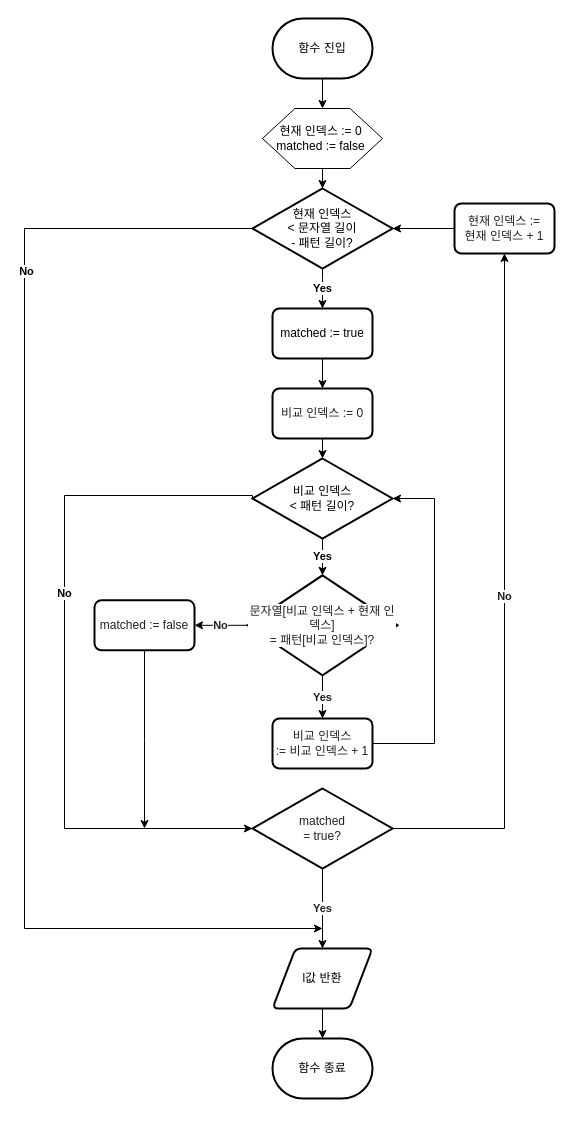
Before: poa_262.drawio in gdaegeun539/forVscodeWeb, a draw.io diagram. Source tidied: cells renumbered, new cells numbered last; positions are measured from the earlier drawing's top-left corner, leaving out a move shared by most shapes. Both pictures are drawn from the tidied source at 100%, with x=0, y=0 at pixel (24, 18).
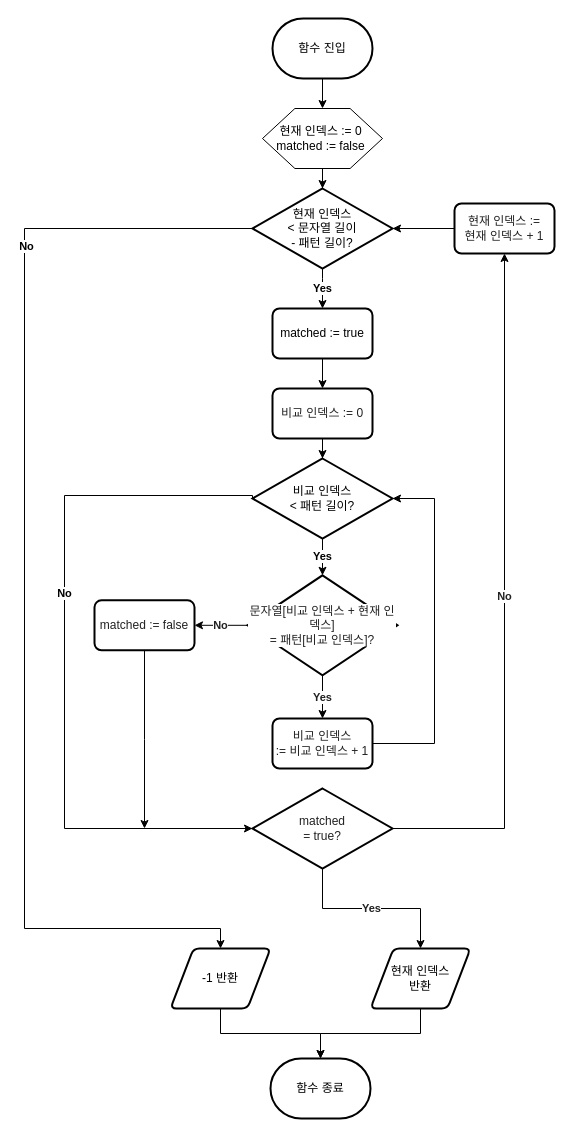
The same diagram, later.

Commit message:
poa_262.drawio 알고리즘 오류 수정본 완료

The change refers to these unchanged cells:
```xml
<mxCell id="9" value="현재 인덱스&lt;br&gt;&amp;lt; 문자열 길이&lt;br&gt;- 패턴 길이?" style="strokeWidth=2;html=1;shape=mxgraph.flowchart.decision;whiteSpace=wrap;" parent="1" vertex="1">
  <mxGeometry x="228" y="170" width="140" height="80" as="geometry" />
</mxCell>
```

What changed in the source:
```diff
@@
-    <mxCell id="7" style="edgeStyle=orthogonalEdgeStyle;rounded=0;jettySize=auto;html=1;exitX=1;exitY=0.5;exitDx=0;exitDy=0;exitPerimeter=0;" parent="1" edge="1" source="9">
+    <mxCell id="7" style="edgeStyle=orthogonalEdgeStyle;rounded=0;jettySize=auto;html=1;exitX=1;exitY=0.5;exitDx=0;exitDy=0;exitPerimeter=0;entryX=0.5;entryY=0;entryDx=0;entryDy=0;" parent="1" edge="1" source="9" target="35">
       <mxGeometry relative="1" as="geometry">
-        <mxPoint x="298" y="910" as="targetPoint" />
         <Array as="points">
           <mxPoint y="210" />
           <mxPoint y="910" />
+          <mxPoint x="196" y="910" />
         </Array>
       </mxGeometry>
     </mxCell>
@@
-    <mxCell id="16" style="edgeStyle=orthogonalEdgeStyle;rounded=0;jettySize=auto;html=1;" parent="1" edge="1" source="17" target="18">
+    <mxCell id="16" style="edgeStyle=orthogonalEdgeStyle;rounded=0;jettySize=auto;html=1;exitX=0.5;exitY=1;exitDx=0;exitDy=0;" parent="1" edge="1" source="17" target="18">
       <mxGeometry relative="1" as="geometry" />
     </mxCell>
-    <mxCell id="17" value="l값 반환" style="shape=parallelogram;html=1;strokeWidth=2;perimeter=parallelogramPerimeter;whiteSpace=wrap;rounded=1;arcSize=12;size=0.23;" parent="1" vertex="1">
-      <mxGeometry x="248" y="930" width="100" height="60" as="geometry" />
+    <mxCell id="17" value="현재 인덱스&lt;br&gt;반환" style="shape=parallelogram;html=1;strokeWidth=2;perimeter=parallelogramPerimeter;whiteSpace=wrap;rounded=1;arcSize=12;size=0.23;" parent="1" vertex="1">
+      <mxGeometry x="346" y="930" width="100" height="60" as="geometry" />
     </mxCell>
     <mxCell id="18" value="함수 종료" style="strokeWidth=2;html=1;shape=mxgraph.flowchart.terminator;whiteSpace=wrap;" parent="1" vertex="1">
-      <mxGeometry x="248" y="1020" width="100" height="60" as="geometry" />
+      <mxGeometry x="246" y="1040" width="100" height="60" as="geometry" />
     </mxCell>
@@
+    <mxCell id="34" style="edgeStyle=orthogonalEdgeStyle;rounded=0;jettySize=auto;html=1;entryX=0.5;entryY=0;entryDx=0;entryDy=0;entryPerimeter=0;" parent="1" edge="1" source="35" target="18">
+      <mxGeometry relative="1" as="geometry" />
+    </mxCell>
+    <mxCell id="35" value="-1 반환" style="shape=parallelogram;html=1;strokeWidth=2;perimeter=parallelogramPerimeter;whiteSpace=wrap;rounded=1;arcSize=12;size=0.23;" parent="1" vertex="1">
+      <mxGeometry x="146" y="930" width="100" height="60" as="geometry" />
+    </mxCell>
```
